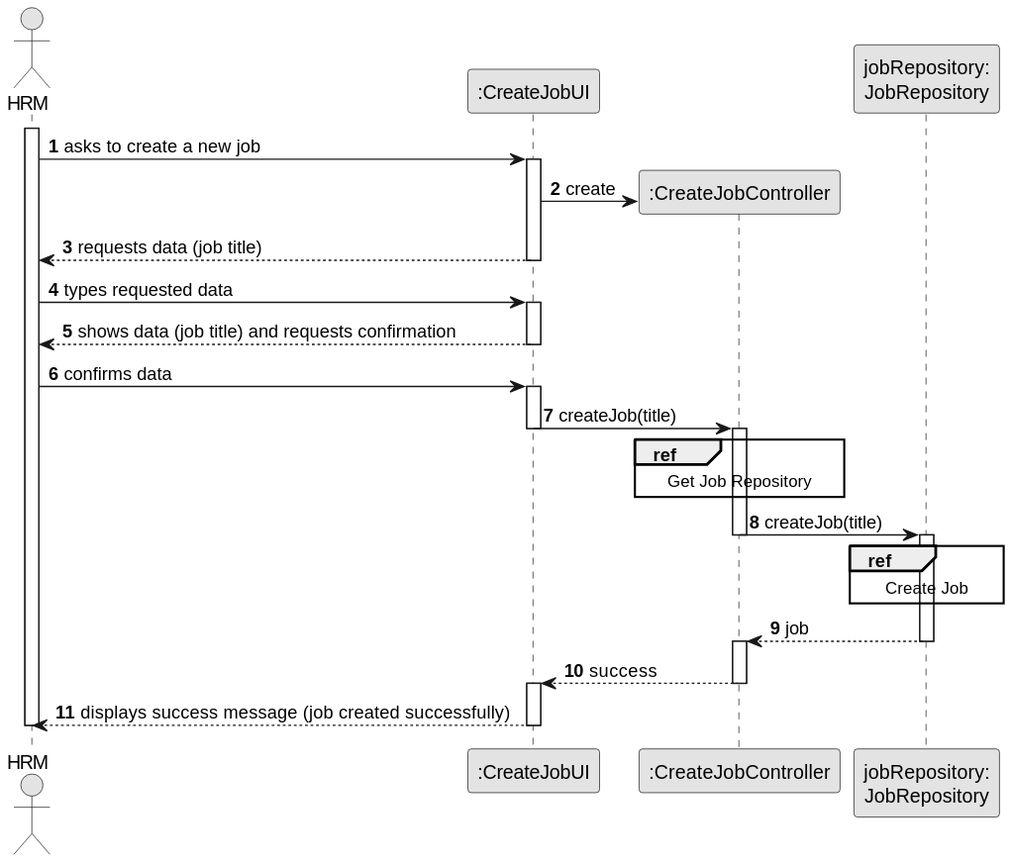
Before: docs/sprintB/us002/03.design/svg/us002-sequence-diagram-split.svg, a diagram exported from PlantUML (ricardomm7/leaflink). Its diagram source:
```plantuml
@startuml
skinparam monochrome true
skinparam packageStyle rectangle
skinparam shadowing false

autonumber

actor "HRM" as Employee
participant ":CreateJobUI" as UI
participant ":CreateJobController" as CTRL
participant "jobRepository:\nJobRepository" as jobRepository

activate Employee

Employee -> UI : asks to create a new job
activate UI

UI -> CTRL** : create

UI --> Employee : requests data (job title)
deactivate UI

Employee -> UI : types requested data
activate UI

UI --> Employee : shows data (job title) and requests confirmation
deactivate UI

Employee -> UI : confirms data
activate UI

UI -> CTRL : createJob(title)
deactivate UI
activate CTRL
        ref over CTRL
            Get Job Repository
        end ref

CTRL -> jobRepository : createJob(title)
deactivate CTRL
activate jobRepository

        ref over jobRepository
            Create Job
        end ref

    deactivate jobRepository

jobRepository --> CTRL : job
deactivate jobRepository
activate CTRL
deactivate jobRepository

CTRL --> UI : success
deactivate CTRL
activate UI
UI --> Employee : displays success message (job created successfully)

deactivate UI
deactivate Employee
@enduml
```
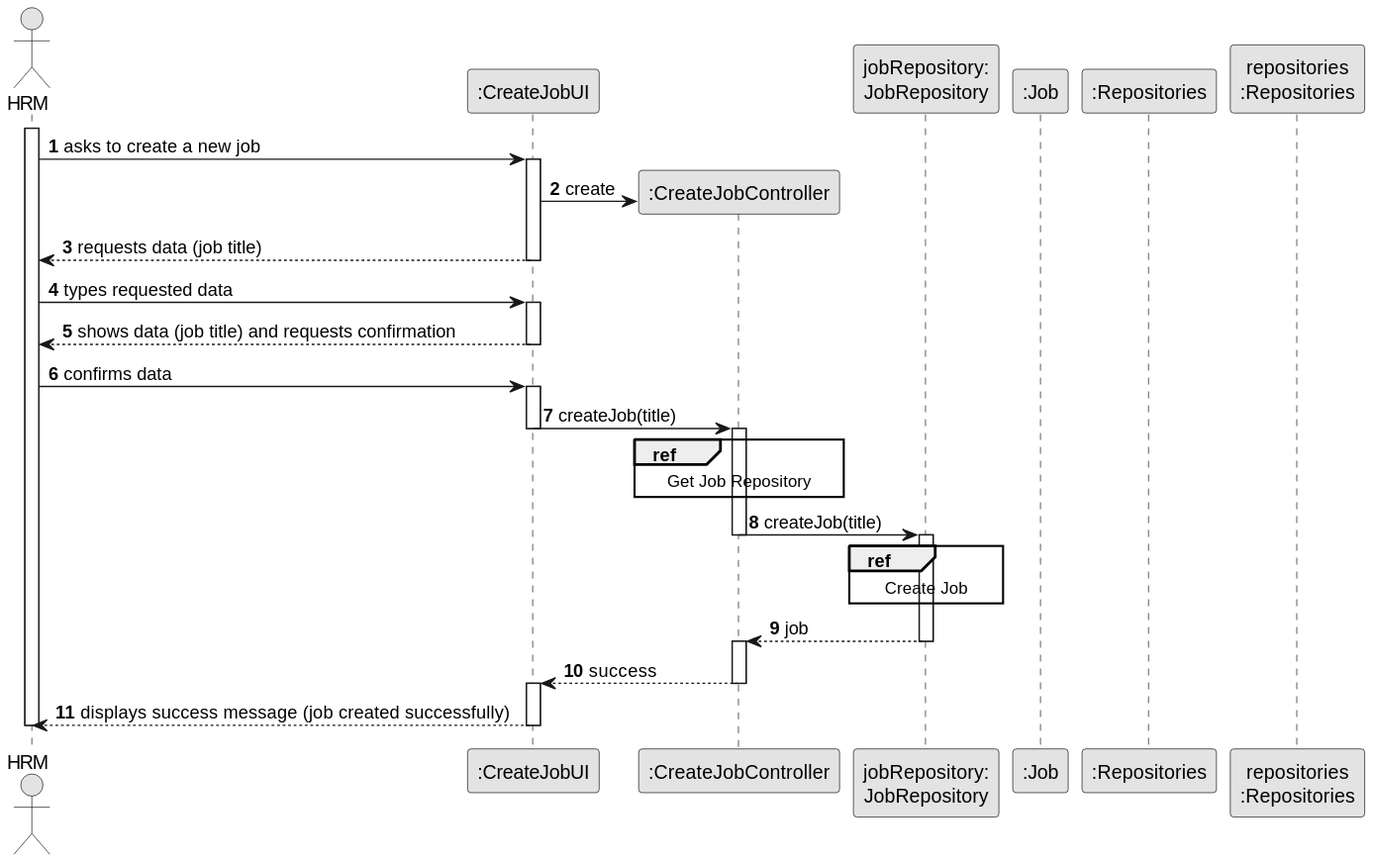
Later version of the same file.

Diff of the diagram source:
```diff
@@ -9,6 +9,9 @@
 participant ":CreateJobUI" as UI
 participant ":CreateJobController" as CTRL
 participant "jobRepository:\nJobRepository" as jobRepository
+participant ":Job" as Job
+participant ":Repositories" as GlobRepo
+participant "repositories\n:Repositories" as PLAT
 
 activate Employee
 
```
